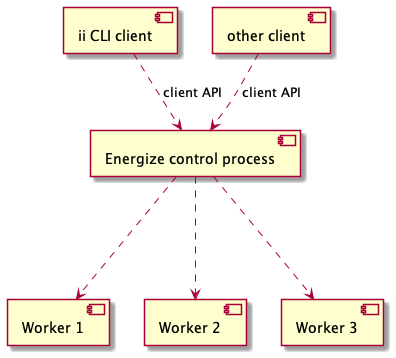
Before: docs/design/components.png, a diagram exported from PlantUML (UtrechtUniversity/energize). The source it was exported from:
```plantuml
@startuml
[ii CLI client] ..> [Energize control process] : client API
[other client] ..> [Energize control process] : client API
[Energize control process] ..-> [Worker 1]
[Energize control process] ..-> [Worker 2]
[Energize control process] ..-> [Worker 3]
@enduml
```
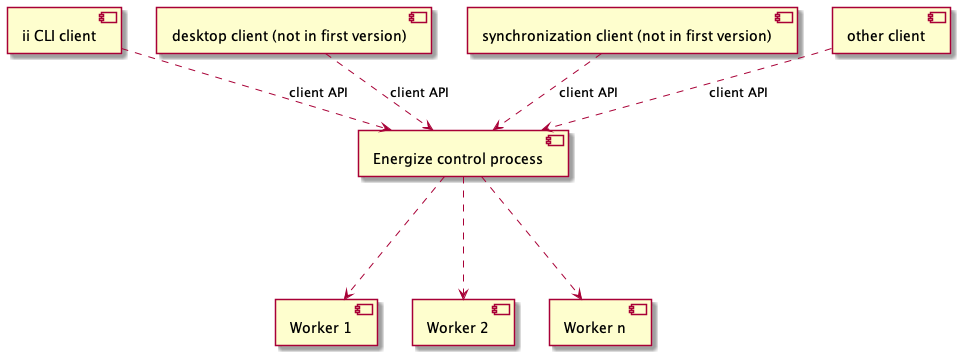
After the commit.

What changed in the source:
```diff
@@ -1,7 +1,9 @@
 @startuml
 [ii CLI client] ..> [Energize control process] : client API
+[desktop client (not in first version)] ..> [Energize control process] : client API
+[synchronization client (not in first version)] ..> [Energize control process] : client API
 [other client] ..> [Energize control process] : client API
 [Energize control process] ..-> [Worker 1]
 [Energize control process] ..-> [Worker 2]
-[Energize control process] ..-> [Worker 3]
+[Energize control process] ..-> [Worker n]
 @enduml
```
